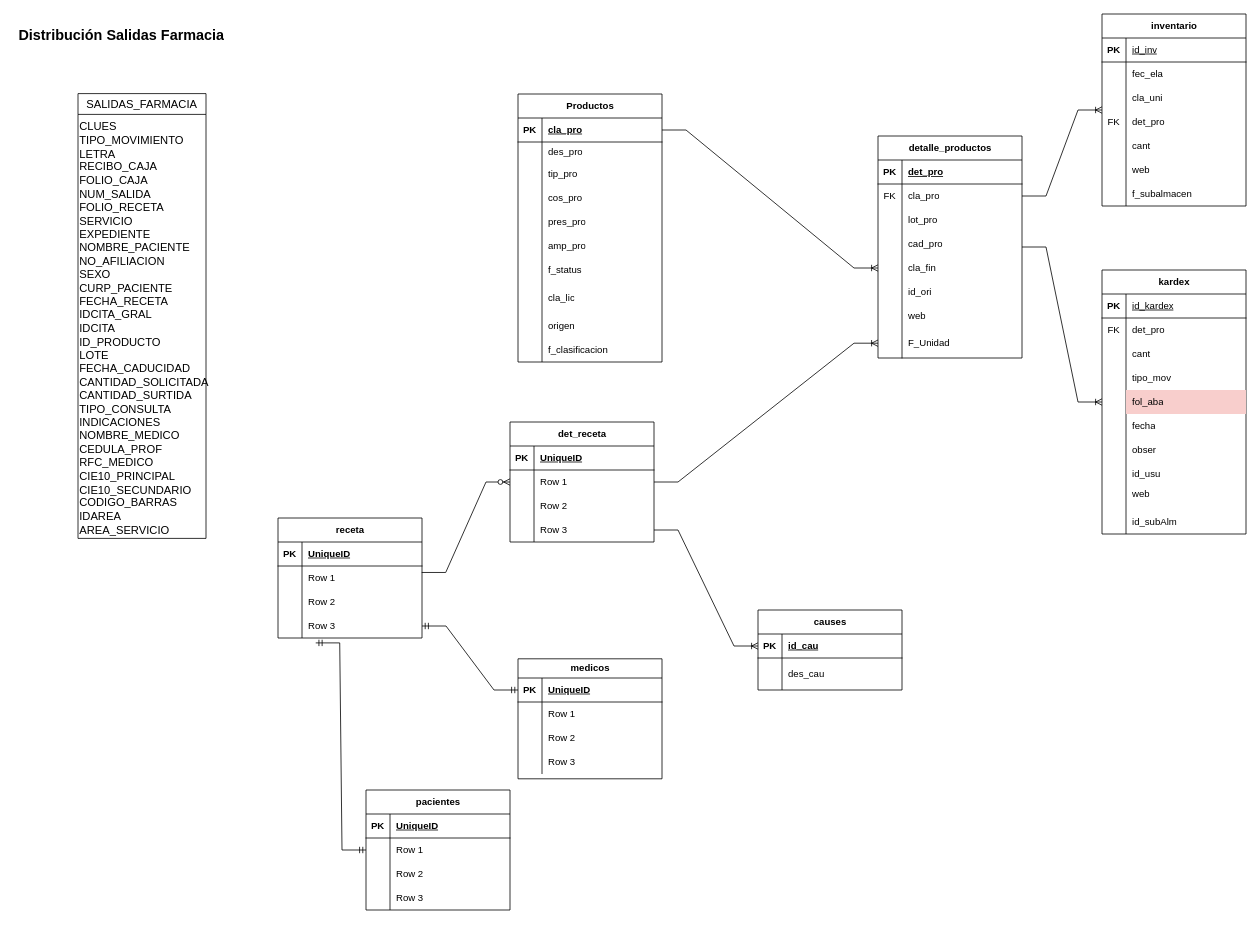
ErnestoDanielTafoyaMolinaCYM/clases-cat-cym keeps this draw.io diagram as SalidasFarmacia.drawio. Above is the earlier version. Source tidied: cells renumbered, new cells numbered last; positions are measured from the earlier drawing's top-left corner, leaving out a move shared by most shapes. Both pictures are drawn from the tidied source at 80%, with x=0, y=0 at pixel (14, 14).
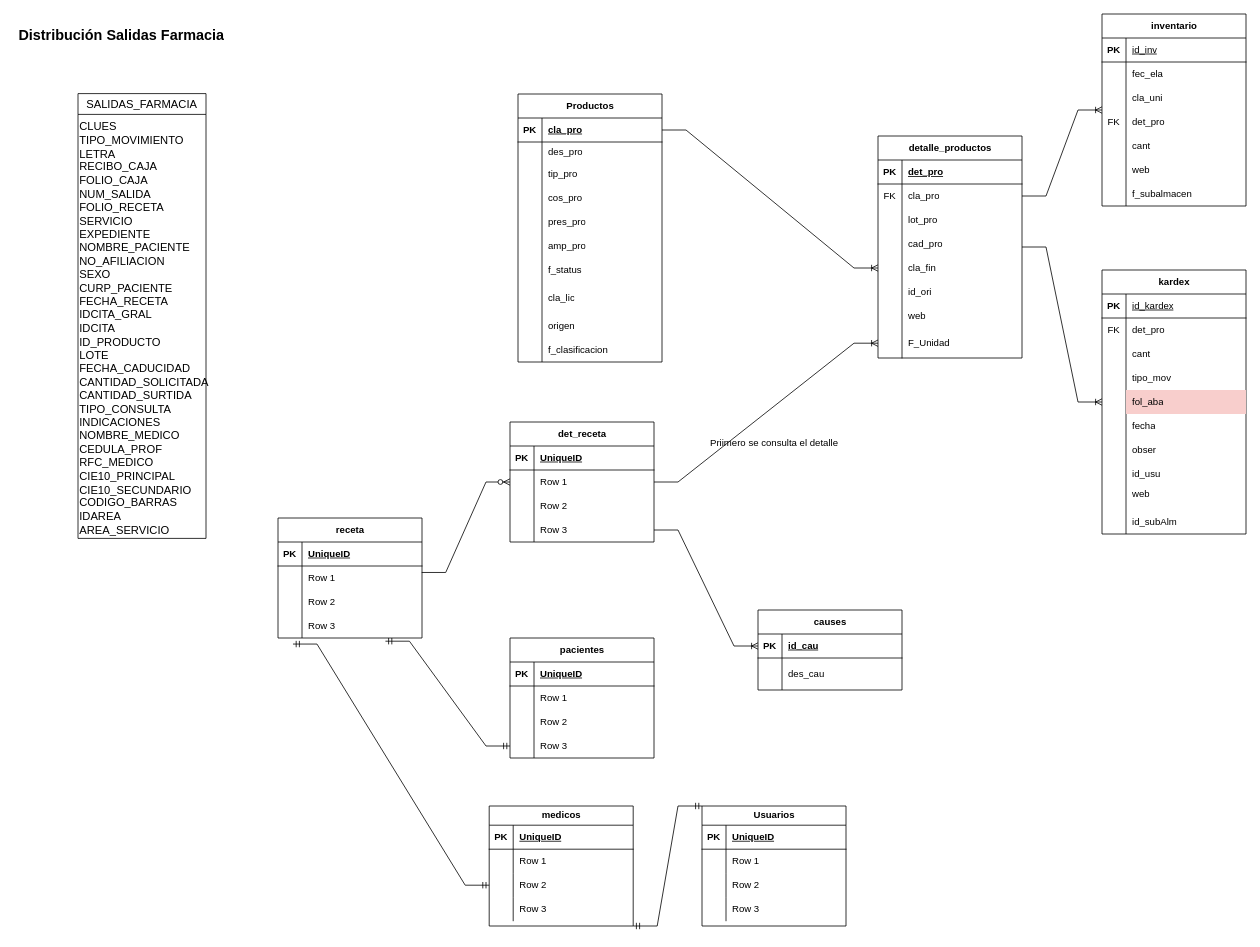
The same diagram, later.

Unchanged cells that the change refers to:
```xml
<mxCell id="102" style="shape=tableRow;horizontal=0;startSize=0;swimlaneHead=0;swimlaneBody=0;fillColor=none;points=[[0,0.5],[1,0.5]];portConstraint=eastwest;top=0;left=0;right=0;bottom=0;" parent="92" vertex="1">
  <mxGeometry y="120" width="180" height="30" as="geometry" />
</mxCell>
<mxCell id="106" style="shape=tableRow;horizontal=0;startSize=0;swimlaneHead=0;swimlaneBody=0;fillColor=none;points=[[0,0.5],[1,0.5]];portConstraint=eastwest;top=0;left=0;right=0;bottom=1;" parent="105" vertex="1">
  <mxGeometry y="24" width="180" height="30" as="geometry" />
</mxCell>
<mxCell id="112" style="shape=tableRow;horizontal=0;startSize=0;swimlaneHead=0;swimlaneBody=0;fillColor=none;points=[[0,0.5],[1,0.5]];portConstraint=eastwest;top=0;left=0;right=0;bottom=0;" parent="105" vertex="1">
  <mxGeometry y="84" width="180" height="30" as="geometry" />
</mxCell>
<mxCell id="122" style="shape=tableRow;horizontal=0;startSize=0;swimlaneHead=0;swimlaneBody=0;fillColor=none;points=[[0,0.5],[1,0.5]];portConstraint=eastwest;top=0;left=0;right=0;bottom=0;" parent="118" vertex="1">
  <mxGeometry y="60" width="180" height="30" as="geometry" />
</mxCell>
<mxCell id="128" style="shape=tableRow;horizontal=0;startSize=0;swimlaneHead=0;swimlaneBody=0;fillColor=none;points=[[0,0.5],[1,0.5]];portConstraint=eastwest;top=0;left=0;right=0;bottom=0;" parent="118" vertex="1">
  <mxGeometry y="120" width="180" height="30" as="geometry" />
</mxCell>
```

What changed in the source:
```diff
@@
     <mxCell id="105" value="medicos" style="shape=table;startSize=24;childLayout=tableLayout;rowLines=0;fontStyle=1;align=center;html=1;" parent="1" vertex="1">
-      <mxGeometry x="630" y="806" width="180" height="150" as="geometry" />
+      <mxGeometry x="594" y="990" width="180" height="150" as="geometry" />
     </mxCell>
@@
     <mxCell id="118" value="pacientes" style="shape=table;startSize=30;childLayout=tableLayout;rowLines=0;fontStyle=1;align=center;html=1;" parent="1" vertex="1">
-      <mxGeometry x="440" y="970" width="180" height="150" as="geometry" />
+      <mxGeometry x="620" y="780" width="180" height="150" as="geometry" />
     </mxCell>
@@
-    <mxCell id="131" style="edgeStyle=entityRelationEdgeStyle;fontSize=12;html=1;endArrow=ERmandOne;startArrow=ERmandOne;rounded=0;exitX=0;exitY=0.5;exitDx=0;exitDy=0;entryX=0.262;entryY=1.204;entryDx=0;entryDy=0;entryPerimeter=0;" parent="1" edge="1" source="122" target="102">
+    <mxCell id="131" style="edgeStyle=entityRelationEdgeStyle;fontSize=12;html=1;endArrow=ERmandOne;startArrow=ERmandOne;rounded=0;exitX=0;exitY=0.5;exitDx=0;exitDy=0;entryX=0.746;entryY=1.133;entryDx=0;entryDy=0;entryPerimeter=0;" parent="1" edge="1" source="128" target="102">
       <mxGeometry relative="1" as="geometry">
         <Array as="points">
-          <mxPoint x="450" y="810" />
+          <mxPoint x="362.8" y="913.9" />
         </Array>
       </mxGeometry>
     </mxCell>
-    <mxCell id="132" style="edgeStyle=entityRelationEdgeStyle;fontSize=12;html=1;endArrow=ERmandOne;startArrow=ERmandOne;rounded=0;entryX=0;entryY=0.5;entryDx=0;entryDy=0;exitX=1;exitY=0.5;exitDx=0;exitDy=0;" parent="1" edge="1" source="102" target="106">
+    <mxCell id="132" style="edgeStyle=entityRelationEdgeStyle;fontSize=12;html=1;endArrow=ERmandOne;startArrow=ERmandOne;rounded=0;entryX=0;entryY=0.5;entryDx=0;entryDy=0;exitX=0.104;exitY=1.252;exitDx=0;exitDy=0;exitPerimeter=0;" parent="1" edge="1" source="102" target="112">
       <mxGeometry relative="1" as="geometry" />
     </mxCell>
@@
+    <mxCell id="182" value="Priimero se consulta el detalle&lt;div&gt;&lt;br&gt;&lt;/div&gt;" style="text;html=1;align=center;verticalAlign=middle;strokeColor=none;fillColor=none;" parent="1" vertex="1">
+      <mxGeometry x="860" y="523" width="180" height="40" as="geometry" />
+    </mxCell>
+    <mxCell id="183" value="Usuarios" style="shape=table;startSize=24;childLayout=tableLayout;rowLines=0;fontStyle=1;align=center;html=1;" parent="1" vertex="1">
+      <mxGeometry x="860" y="990" width="180" height="150" as="geometry" />
+    </mxCell>
+    <mxCell id="184" style="shape=tableRow;horizontal=0;startSize=0;swimlaneHead=0;swimlaneBody=0;fillColor=none;top=0;left=0;right=0;bottom=1;" parent="183" vertex="1">
+      <mxGeometry y="24" width="180" height="30" as="geometry" />
+    </mxCell>
+    <mxCell id="185" value="PK" style="shape=partialRectangle;fillColor=none;top=0;left=0;bottom=0;right=0;fontStyle=1;overflow=hidden;whiteSpace=wrap;html=1;" parent="184" vertex="1">
+      <mxGeometry width="30" height="30" as="geometry" />
+    </mxCell>
+    <mxCell id="186" value="UniqueID" style="shape=partialRectangle;fillColor=none;top=0;left=0;bottom=0;right=0;align=left;spacingLeft=6;fontStyle=5;overflow=hidden;whiteSpace=wrap;html=1;" parent="184" vertex="1">
+      <mxGeometry x="30" width="150" height="30" as="geometry" />
+    </mxCell>
+    <mxCell id="187" style="shape=tableRow;horizontal=0;startSize=0;swimlaneHead=0;swimlaneBody=0;fillColor=none;top=0;left=0;right=0;bottom=0;" parent="183" vertex="1">
+      <mxGeometry y="54" width="180" height="30" as="geometry" />
+    </mxCell>
+    <mxCell id="188" style="shape=partialRectangle;fillColor=none;top=0;left=0;bottom=0;right=0;overflow=hidden;whiteSpace=wrap;html=1;" parent="187" vertex="1">
+      <mxGeometry width="30" height="30" as="geometry" />
+    </mxCell>
+    <mxCell id="189" value="Row 1" style="shape=partialRectangle;fillColor=none;top=0;left=0;bottom=0;right=0;align=left;spacingLeft=6;overflow=hidden;whiteSpace=wrap;html=1;" parent="187" vertex="1">
+      <mxGeometry x="30" width="150" height="30" as="geometry" />
+    </mxCell>
+    <mxCell id="190" style="shape=tableRow;horizontal=0;startSize=0;swimlaneHead=0;swimlaneBody=0;fillColor=none;top=0;left=0;right=0;bottom=0;" parent="183" vertex="1">
+      <mxGeometry y="84" width="180" height="30" as="geometry" />
+    </mxCell>
+    <mxCell id="191" style="shape=partialRectangle;fillColor=none;top=0;left=0;bottom=0;right=0;overflow=hidden;whiteSpace=wrap;html=1;" parent="190" vertex="1">
+      <mxGeometry width="30" height="30" as="geometry" />
+    </mxCell>
+    <mxCell id="192" value="Row 2" style="shape=partialRectangle;fillColor=none;top=0;left=0;bottom=0;right=0;align=left;spacingLeft=6;overflow=hidden;whiteSpace=wrap;html=1;" parent="190" vertex="1">
+      <mxGeometry x="30" width="150" height="30" as="geometry" />
+    </mxCell>
+    <mxCell id="193" style="shape=tableRow;horizontal=0;startSize=0;swimlaneHead=0;swimlaneBody=0;fillColor=none;top=0;left=0;right=0;bottom=0;" parent="183" vertex="1">
+      <mxGeometry y="114" width="180" height="30" as="geometry" />
+    </mxCell>
+    <mxCell id="194" style="shape=partialRectangle;fillColor=none;top=0;left=0;bottom=0;right=0;overflow=hidden;whiteSpace=wrap;html=1;" parent="193" vertex="1">
+      <mxGeometry width="30" height="30" as="geometry" />
+    </mxCell>
+    <mxCell id="195" value="Row 3" style="shape=partialRectangle;fillColor=none;top=0;left=0;bottom=0;right=0;align=left;spacingLeft=6;overflow=hidden;whiteSpace=wrap;html=1;" parent="193" vertex="1">
+      <mxGeometry x="30" width="150" height="30" as="geometry" />
+    </mxCell>
+    <mxCell id="196" style="edgeStyle=entityRelationEdgeStyle;fontSize=12;html=1;endArrow=ERmandOne;startArrow=ERmandOne;rounded=0;entryX=0;entryY=0;entryDx=0;entryDy=0;exitX=1;exitY=1;exitDx=0;exitDy=0;" parent="1" edge="1" source="105" target="183">
+      <mxGeometry relative="1" as="geometry" />
+    </mxCell>
```
